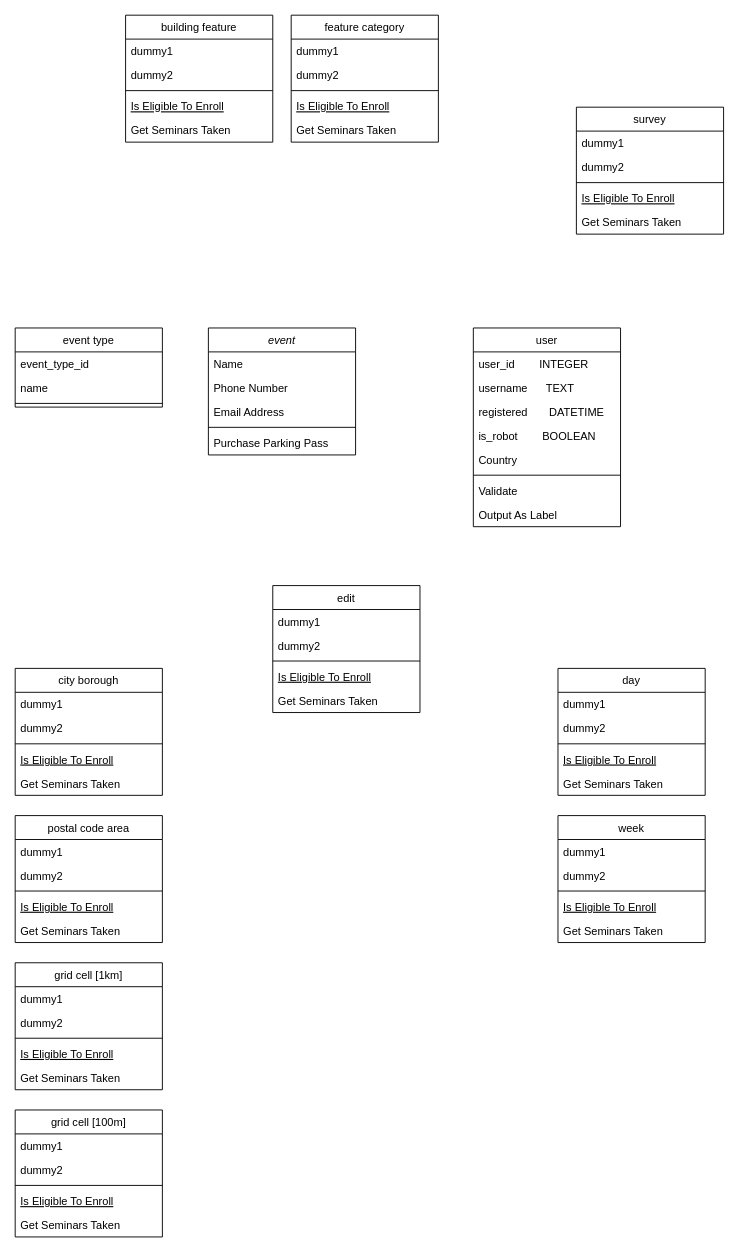
Above: coldd_available_data_entities_relations.drawio in traveller195/draw_io (draw.io), before the change. Source tidied: cells renumbered, new cells numbered last; positions are measured from the earlier drawing's top-left corner, leaving out a move shared by most shapes. Both pictures are drawn from the tidied source at 92%, with x=0, y=0 at pixel (15, 15).
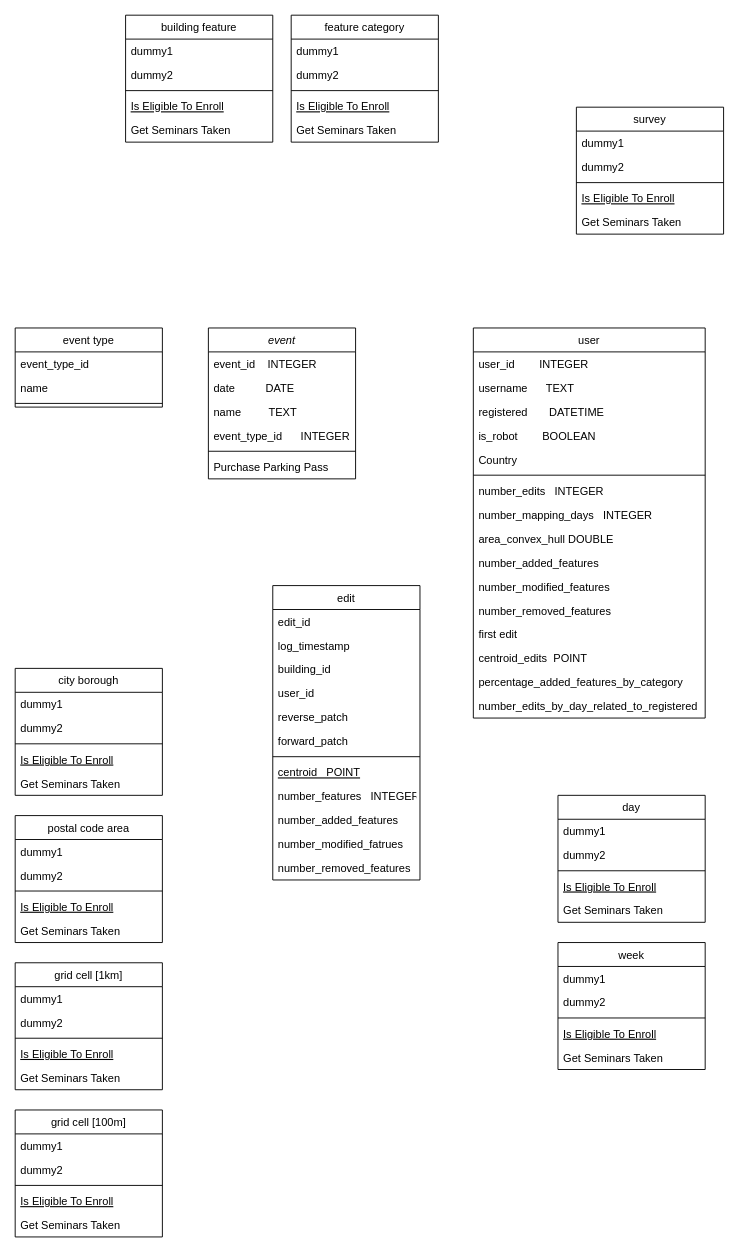
Above is the later version.

Change to the diagram source:
```diff
@@
     <mxCell id="2" value="event" style="swimlane;fontStyle=2;align=center;verticalAlign=top;horizontal=1;startSize=26;rounded=0;shadow=0;strokeWidth=1;" parent="1" vertex="1">
-      <mxGeometry x="210" y="340" width="160" height="138" as="geometry" />
+      <mxGeometry x="210" y="340" width="160" height="164" as="geometry" />
     </mxCell>
-    <mxCell id="3" value="Name" style="text;align=left;verticalAlign=top;spacingLeft=4;spacingRight=4;overflow=hidden;" parent="2" vertex="1">
+    <mxCell id="3" value="event_id    INTEGER" style="text;align=left;verticalAlign=top;spacingLeft=4;spacingRight=4;overflow=hidden;" parent="2" vertex="1">
       <mxGeometry y="26" width="160" height="26" as="geometry" />
     </mxCell>
-    <mxCell id="4" value="Phone Number" style="text;align=left;verticalAlign=top;spacingLeft=4;spacingRight=4;overflow=hidden;rounded=0;shadow=0;html=0;" parent="2" vertex="1">
+    <mxCell id="4" value="date          DATE" style="text;align=left;verticalAlign=top;spacingLeft=4;spacingRight=4;overflow=hidden;rounded=0;shadow=0;html=0;" parent="2" vertex="1">
       <mxGeometry y="52" width="160" height="26" as="geometry" />
     </mxCell>
-    <mxCell id="5" value="Email Address" style="text;align=left;verticalAlign=top;spacingLeft=4;spacingRight=4;overflow=hidden;rounded=0;shadow=0;html=0;" parent="2" vertex="1">
+    <mxCell id="5" value="name         TEXT" style="text;align=left;verticalAlign=top;spacingLeft=4;spacingRight=4;overflow=hidden;rounded=0;shadow=0;html=0;" parent="2" vertex="1">
       <mxGeometry y="78" width="160" height="26" as="geometry" />
     </mxCell>
+    <mxCell id="81" value="event_type_id      INTEGER" style="text;align=left;verticalAlign=top;spacingLeft=4;spacingRight=4;overflow=hidden;rounded=0;shadow=0;html=0;" parent="2" vertex="1">
+      <mxGeometry y="104" width="160" height="26" as="geometry" />
+    </mxCell>
     <mxCell id="6" style="line;html=1;strokeWidth=1;align=left;verticalAlign=middle;spacingTop=-1;spacingLeft=3;spacingRight=3;labelPosition=right;" parent="2" vertex="1">
-      <mxGeometry y="104" width="160" height="8" as="geometry" />
+      <mxGeometry y="130" width="160" height="8" as="geometry" />
     </mxCell>
     <mxCell id="7" value="Purchase Parking Pass" style="text;align=left;verticalAlign=top;spacingLeft=4;spacingRight=4;overflow=hidden;" parent="2" vertex="1">
-      <mxGeometry y="112" width="160" height="26" as="geometry" />
+      <mxGeometry y="138" width="160" height="26" as="geometry" />
     </mxCell>
@@
     <mxCell id="18" value="user" style="swimlane;fontStyle=0;align=center;verticalAlign=top;horizontal=1;startSize=26;rounded=0;shadow=0;strokeWidth=1;" parent="1" vertex="1">
-      <mxGeometry x="498" y="340" width="160" height="216" as="geometry" />
+      <mxGeometry x="498" y="340" width="252" height="424" as="geometry" />
     </mxCell>
     <mxCell id="19" value="user_id             INTEGER " style="text;align=left;verticalAlign=top;spacingLeft=4;spacingRight=4;overflow=hidden;" parent="18" vertex="1">
-      <mxGeometry y="26" width="160" height="26" as="geometry" />
+      <mxGeometry y="26" width="252" height="26" as="geometry" />
     </mxCell>
     <mxCell id="20" value="username      TEXT" style="text;align=left;verticalAlign=top;spacingLeft=4;spacingRight=4;overflow=hidden;rounded=0;shadow=0;html=0;" parent="18" vertex="1">
-      <mxGeometry y="52" width="160" height="26" as="geometry" />
+      <mxGeometry y="52" width="252" height="26" as="geometry" />
     </mxCell>
     <mxCell id="21" value="registered       DATETIME" style="text;align=left;verticalAlign=top;spacingLeft=4;spacingRight=4;overflow=hidden;rounded=0;shadow=0;html=0;" parent="18" vertex="1">
-      <mxGeometry y="78" width="160" height="26" as="geometry" />
+      <mxGeometry y="78" width="252" height="26" as="geometry" />
     </mxCell>
     <mxCell id="22" value="is_robot        BOOLEAN" style="text;align=left;verticalAlign=top;spacingLeft=4;spacingRight=4;overflow=hidden;rounded=0;shadow=0;html=0;" parent="18" vertex="1">
-      <mxGeometry y="104" width="160" height="26" as="geometry" />
+      <mxGeometry y="104" width="252" height="26" as="geometry" />
     </mxCell>
     <mxCell id="23" value="Country" style="text;align=left;verticalAlign=top;spacingLeft=4;spacingRight=4;overflow=hidden;rounded=0;shadow=0;html=0;" parent="18" vertex="1">
-      <mxGeometry y="130" width="160" height="26" as="geometry" />
+      <mxGeometry y="130" width="252" height="26" as="geometry" />
     </mxCell>
     <mxCell id="24" style="line;html=1;strokeWidth=1;align=left;verticalAlign=middle;spacingTop=-1;spacingLeft=3;spacingRight=3;labelPosition=right;" parent="18" vertex="1">
-      <mxGeometry y="156" width="160" height="8" as="geometry" />
+      <mxGeometry y="156" width="252" height="8" as="geometry" />
     </mxCell>
-    <mxCell id="25" value="Validate" style="text;align=left;verticalAlign=top;spacingLeft=4;spacingRight=4;overflow=hidden;" parent="18" vertex="1">
-      <mxGeometry y="164" width="160" height="26" as="geometry" />
+    <mxCell id="25" value="number_edits   INTEGER" style="text;align=left;verticalAlign=top;spacingLeft=4;spacingRight=4;overflow=hidden;" parent="18" vertex="1">
+      <mxGeometry y="164" width="252" height="26" as="geometry" />
     </mxCell>
+    <mxCell id="82" value="number_mapping_days   INTEGER" style="text;align=left;verticalAlign=top;spacingLeft=4;spacingRight=4;overflow=hidden;" parent="18" vertex="1">
+      <mxGeometry y="190" width="252" height="26" as="geometry" />
+    </mxCell>
-    <mxCell id="26" value="Output As Label" style="text;align=left;verticalAlign=top;spacingLeft=4;spacingRight=4;overflow=hidden;" parent="18" vertex="1">
-      <mxGeometry y="190" width="160" height="26" as="geometry" />
+    <mxCell id="26" value="area_convex_hull DOUBLE" style="text;align=left;verticalAlign=top;spacingLeft=4;spacingRight=4;overflow=hidden;" parent="18" vertex="1">
+      <mxGeometry y="216" width="252" height="26" as="geometry" />
     </mxCell>
+    <mxCell id="83" value="number_added_features" style="text;align=left;verticalAlign=top;spacingLeft=4;spacingRight=4;overflow=hidden;" parent="18" vertex="1">
+      <mxGeometry y="242" width="252" height="26" as="geometry" />
+    </mxCell>
+    <mxCell id="84" value="number_modified_features" style="text;align=left;verticalAlign=top;spacingLeft=4;spacingRight=4;overflow=hidden;" parent="18" vertex="1">
+      <mxGeometry y="268" width="252" height="26" as="geometry" />
+    </mxCell>
+    <mxCell id="85" value="number_removed_features" style="text;align=left;verticalAlign=top;spacingLeft=4;spacingRight=4;overflow=hidden;" parent="18" vertex="1">
+      <mxGeometry y="294" width="252" height="26" as="geometry" />
+    </mxCell>
+    <mxCell id="86" value="first edit" style="text;align=left;verticalAlign=top;spacingLeft=4;spacingRight=4;overflow=hidden;" parent="18" vertex="1">
+      <mxGeometry y="320" width="252" height="26" as="geometry" />
+    </mxCell>
+    <mxCell id="87" value="centroid_edits  POINT" style="text;align=left;verticalAlign=top;spacingLeft=4;spacingRight=4;overflow=hidden;" parent="18" vertex="1">
+      <mxGeometry y="346" width="252" height="26" as="geometry" />
+    </mxCell>
+    <mxCell id="88" value="percentage_added_features_by_category" style="text;align=left;verticalAlign=top;spacingLeft=4;spacingRight=4;overflow=hidden;" parent="18" vertex="1">
+      <mxGeometry y="372" width="252" height="26" as="geometry" />
+    </mxCell>
+    <mxCell id="89" value="number_edits_by_day_related_to_registered" style="text;align=left;verticalAlign=top;spacingLeft=4;spacingRight=4;overflow=hidden;" parent="18" vertex="1">
+      <mxGeometry y="398" width="252" height="26" as="geometry" />
+    </mxCell>
     <mxCell id="27" value="edit" style="swimlane;fontStyle=0;align=center;verticalAlign=top;horizontal=1;startSize=26;rounded=0;shadow=0;strokeWidth=1;" parent="1" vertex="1">
-      <mxGeometry x="280" y="620" width="160" height="138" as="geometry" />
+      <mxGeometry x="280" y="620" width="160" height="320" as="geometry" />
     </mxCell>
-    <mxCell id="28" value="dummy1" style="text;align=left;verticalAlign=top;spacingLeft=4;spacingRight=4;overflow=hidden;" parent="27" vertex="1">
+    <mxCell id="28" value="edit_id" style="text;align=left;verticalAlign=top;spacingLeft=4;spacingRight=4;overflow=hidden;" parent="27" vertex="1">
       <mxGeometry y="26" width="160" height="26" as="geometry" />
     </mxCell>
-    <mxCell id="29" value="dummy2" style="text;align=left;verticalAlign=top;spacingLeft=4;spacingRight=4;overflow=hidden;rounded=0;shadow=0;html=0;" parent="27" vertex="1">
+    <mxCell id="29" value="log_timestamp" style="text;align=left;verticalAlign=top;spacingLeft=4;spacingRight=4;overflow=hidden;rounded=0;shadow=0;html=0;" parent="27" vertex="1">
       <mxGeometry y="52" width="160" height="26" as="geometry" />
     </mxCell>
+    <mxCell id="90" value="building_id" style="text;align=left;verticalAlign=top;spacingLeft=4;spacingRight=4;overflow=hidden;rounded=0;shadow=0;html=0;" parent="27" vertex="1">
+      <mxGeometry y="78" width="160" height="26" as="geometry" />
+    </mxCell>
+    <mxCell id="91" value="user_id" style="text;align=left;verticalAlign=top;spacingLeft=4;spacingRight=4;overflow=hidden;rounded=0;shadow=0;html=0;" parent="27" vertex="1">
+      <mxGeometry y="104" width="160" height="26" as="geometry" />
+    </mxCell>
+    <mxCell id="92" value="reverse_patch" style="text;align=left;verticalAlign=top;spacingLeft=4;spacingRight=4;overflow=hidden;rounded=0;shadow=0;html=0;" parent="27" vertex="1">
+      <mxGeometry y="130" width="160" height="26" as="geometry" />
+    </mxCell>
+    <mxCell id="93" value="forward_patch" style="text;align=left;verticalAlign=top;spacingLeft=4;spacingRight=4;overflow=hidden;rounded=0;shadow=0;html=0;" parent="27" vertex="1">
+      <mxGeometry y="156" width="160" height="26" as="geometry" />
+    </mxCell>
     <mxCell id="30" style="line;html=1;strokeWidth=1;align=left;verticalAlign=middle;spacingTop=-1;spacingLeft=3;spacingRight=3;labelPosition=right;" parent="27" vertex="1">
-      <mxGeometry y="78" width="160" height="8" as="geometry" />
+      <mxGeometry y="182" width="160" height="8" as="geometry" />
     </mxCell>
-    <mxCell id="31" value="Is Eligible To Enroll" style="text;align=left;verticalAlign=top;spacingLeft=4;spacingRight=4;overflow=hidden;fontStyle=4;" parent="27" vertex="1">
-      <mxGeometry y="86" width="160" height="26" as="geometry" />
+    <mxCell id="31" value="centroid   POINT" style="text;align=left;verticalAlign=top;spacingLeft=4;spacingRight=4;overflow=hidden;fontStyle=4;" parent="27" vertex="1">
+      <mxGeometry y="190" width="160" height="26" as="geometry" />
     </mxCell>
-    <mxCell id="32" value="Get Seminars Taken" style="text;align=left;verticalAlign=top;spacingLeft=4;spacingRight=4;overflow=hidden;" parent="27" vertex="1">
-      <mxGeometry y="112" width="160" height="26" as="geometry" />
+    <mxCell id="32" value="number_features   INTEGER" style="text;align=left;verticalAlign=top;spacingLeft=4;spacingRight=4;overflow=hidden;" parent="27" vertex="1">
+      <mxGeometry y="216" width="160" height="26" as="geometry" />
     </mxCell>
+    <mxCell id="94" value="number_added_features" style="text;align=left;verticalAlign=top;spacingLeft=4;spacingRight=4;overflow=hidden;" parent="27" vertex="1">
+      <mxGeometry y="242" width="160" height="26" as="geometry" />
+    </mxCell>
+    <mxCell id="95" value="number_modified_fatrues" style="text;align=left;verticalAlign=top;spacingLeft=4;spacingRight=4;overflow=hidden;" parent="27" vertex="1">
+      <mxGeometry y="268" width="160" height="26" as="geometry" />
+    </mxCell>
+    <mxCell id="96" value="number_removed_features" style="text;align=left;verticalAlign=top;spacingLeft=4;spacingRight=4;overflow=hidden;" parent="27" vertex="1">
+      <mxGeometry y="294" width="160" height="26" as="geometry" />
+    </mxCell>
@@
     <mxCell id="51" value="day" style="swimlane;fontStyle=0;align=center;verticalAlign=top;horizontal=1;startSize=26;rounded=0;shadow=0;strokeWidth=1;" parent="1" vertex="1">
-      <mxGeometry x="590" y="710" width="160" height="138" as="geometry" />
+      <mxGeometry x="590" y="848" width="160" height="138" as="geometry" />
     </mxCell>
@@
     <mxCell id="57" value="week" style="swimlane;fontStyle=0;align=center;verticalAlign=top;horizontal=1;startSize=26;rounded=0;shadow=0;strokeWidth=1;" parent="1" vertex="1">
-      <mxGeometry x="590" y="870" width="160" height="138" as="geometry" />
+      <mxGeometry x="590" y="1008" width="160" height="138" as="geometry" />
     </mxCell>
```
